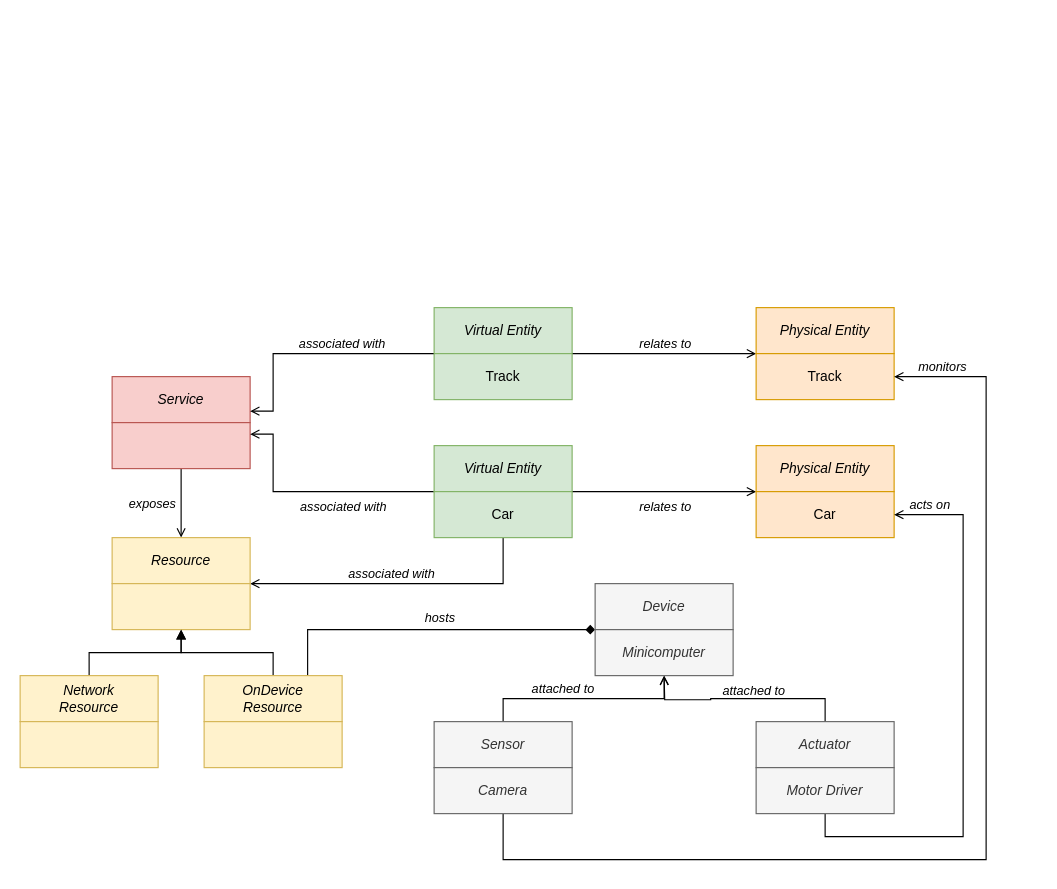
Before: editable_diagrams/Step3.drawio in reshma58/IOT_ProjectReport, a draw.io diagram. Source tidied: cells renumbered, new cells numbered last; positions are measured from the earlier drawing's top-left corner, leaving out a move shared by most shapes. Both pictures are drawn from the tidied source at 115%, with x=0, y=0 at pixel (20, 307).
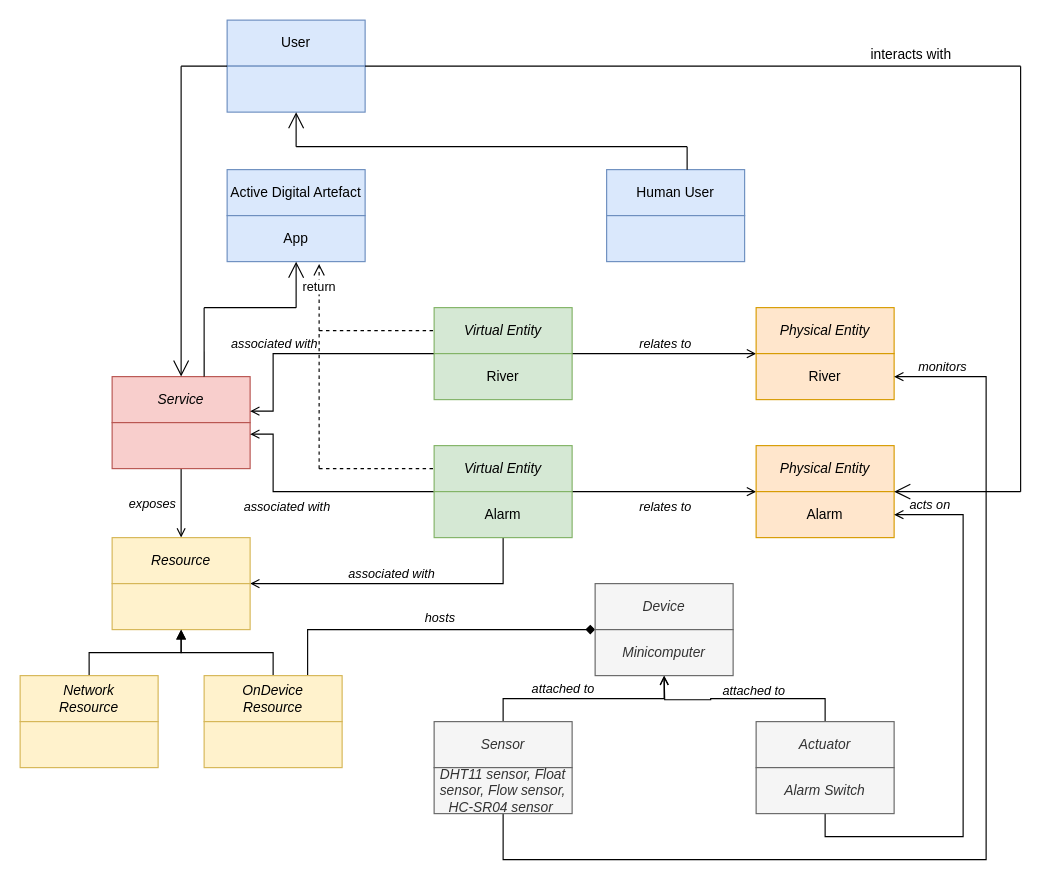
After the change.

The change refers to these unchanged cells:
```xml
<mxCell id="2" value="Service" style="rounded=0;whiteSpace=wrap;html=1;fontStyle=2;fillColor=#f8cecc;strokeColor=#b85450;" parent="1" vertex="1">
  <mxGeometry x="80" y="60" width="120" height="40" as="geometry" />
</mxCell>
<mxCell id="6" value="Virtual Entity" style="rounded=0;whiteSpace=wrap;html=1;fontStyle=2;fillColor=#d5e8d4;strokeColor=#82b366;" parent="1" vertex="1">
  <mxGeometry x="360" width="120" height="40" as="geometry" />
</mxCell>
<mxCell id="9" style="edgeStyle=orthogonalEdgeStyle;rounded=0;jettySize=auto;html=1;exitX=0;exitY=0;exitDx=0;exitDy=0;entryX=1;entryY=0.75;entryDx=0;entryDy=0;endArrow=open;endFill=0;" parent="1" edge="1" source="11" target="2">
  <mxGeometry relative="1" as="geometry">
    <Array as="points">
      <mxPoint x="220" y="40" />
      <mxPoint x="220" y="90" />
    </Array>
  </mxGeometry>
</mxCell>
<mxCell id="12" style="edgeStyle=orthogonalEdgeStyle;rounded=0;jettySize=auto;html=1;exitX=0;exitY=1;exitDx=0;exitDy=0;entryX=1;entryY=0.25;entryDx=0;entryDy=0;endArrow=open;endFill=0;" parent="1" edge="1" source="14" target="5">
  <mxGeometry relative="1" as="geometry">
    <Array as="points">
      <mxPoint x="220" y="160" />
      <mxPoint x="220" y="110" />
    </Array>
  </mxGeometry>
</mxCell>
<mxCell id="14" value="Virtual Entity" style="rounded=0;whiteSpace=wrap;html=1;fontStyle=2;fillColor=#d5e8d4;strokeColor=#82b366;" parent="1" vertex="1">
  <mxGeometry x="360" y="120" width="120" height="40" as="geometry" />
</mxCell>
```

Diff of the diagram source:
```diff
@@
     <mxCell id="10" value="associated with" style="edgeLabel;html=1;align=center;verticalAlign=bottom;labelPosition=center;verticalLabelPosition=top;fontStyle=2;labelBackgroundColor=none;" parent="9" vertex="1">
       <mxGeometry x="-0.17" y="2" relative="1" as="geometry">
-        <mxPoint x="6.9" y="-2" as="offset" />
+        <mxPoint x="-53" y="-2" as="offset" />
       </mxGeometry>
     </mxCell>
-    <mxCell id="11" value="Track" style="rounded=0;whiteSpace=wrap;html=1;fontStyle=0;fillColor=#d5e8d4;strokeColor=#82b366;" parent="1" vertex="1">
+    <mxCell id="11" value="River" style="rounded=0;whiteSpace=wrap;html=1;fontStyle=0;fillColor=#d5e8d4;strokeColor=#82b366;" parent="1" vertex="1">
       <mxGeometry x="360" y="40" width="120" height="40" as="geometry" />
     </mxCell>
@@
     <mxCell id="13" value="associated with" style="edgeLabel;html=1;align=center;verticalAlign=top;labelPosition=center;verticalLabelPosition=bottom;fontStyle=2;labelBackgroundColor=none;" parent="12" vertex="1">
       <mxGeometry x="-0.11" y="1" relative="1" as="geometry">
-        <mxPoint x="13.8" y="-1" as="offset" />
+        <mxPoint x="-36" y="-1" as="offset" />
       </mxGeometry>
     </mxCell>
@@
-    <mxCell id="19" value="Car" style="rounded=0;whiteSpace=wrap;html=1;fontStyle=0;fillColor=#d5e8d4;strokeColor=#82b366;" parent="1" vertex="1">
+    <mxCell id="19" value="Alarm" style="rounded=0;whiteSpace=wrap;html=1;fontStyle=0;fillColor=#d5e8d4;strokeColor=#82b366;" parent="1" vertex="1">
       <mxGeometry x="360" y="160" width="120" height="40" as="geometry" />
     </mxCell>
@@
-    <mxCell id="21" value="Track" style="rounded=0;whiteSpace=wrap;html=1;fontStyle=0;fillColor=#ffe6cc;strokeColor=#d79b00;" parent="1" vertex="1">
+    <mxCell id="21" value="River" style="rounded=0;whiteSpace=wrap;html=1;fontStyle=0;fillColor=#ffe6cc;strokeColor=#d79b00;" parent="1" vertex="1">
       <mxGeometry x="640" y="40" width="120" height="40" as="geometry" />
     </mxCell>
@@
-    <mxCell id="23" value="Car" style="rounded=0;whiteSpace=wrap;html=1;fontStyle=0;fillColor=#ffe6cc;strokeColor=#d79b00;" parent="1" vertex="1">
+    <mxCell id="23" value="Alarm" style="rounded=0;whiteSpace=wrap;html=1;fontStyle=0;fillColor=#ffe6cc;strokeColor=#d79b00;" parent="1" vertex="1">
       <mxGeometry x="640" y="160" width="120" height="40" as="geometry" />
     </mxCell>
@@
-    <mxCell id="39" value="Motor Driver" style="rounded=0;whiteSpace=wrap;html=1;fontStyle=2;fillColor=#f5f5f5;strokeColor=#666666;fontColor=#333333;" parent="1" vertex="1">
+    <mxCell id="39" value="Alarm Switch" style="rounded=0;whiteSpace=wrap;html=1;fontStyle=2;fillColor=#f5f5f5;strokeColor=#666666;fontColor=#333333;" parent="1" vertex="1">
       <mxGeometry x="640" y="400" width="120" height="40" as="geometry" />
     </mxCell>
@@
-    <mxCell id="45" value="Camera" style="rounded=0;whiteSpace=wrap;html=1;fontStyle=2;fillColor=#f5f5f5;strokeColor=#666666;fontColor=#333333;" parent="1" vertex="1">
+    <mxCell id="45" value="DHT11 sensor, Float sensor, Flow sensor, HC-SR04 sensor&amp;nbsp;&lt;br&gt;" style="rounded=0;whiteSpace=wrap;html=1;fontStyle=2;fillColor=#f5f5f5;strokeColor=#666666;fontColor=#333333;" parent="1" vertex="1">
       <mxGeometry x="360" y="400" width="120" height="40" as="geometry" />
     </mxCell>
@@
+    <mxCell id="48" value="Active Digital Artefact" style="rounded=0;whiteSpace=wrap;html=1;fillColor=#dae8fc;strokeColor=#6c8ebf;" parent="1" vertex="1">
+      <mxGeometry x="180" y="-120" width="120" height="40" as="geometry" />
+    </mxCell>
+    <mxCell id="49" value="App" style="rounded=0;whiteSpace=wrap;html=1;fillColor=#dae8fc;strokeColor=#6c8ebf;" parent="1" vertex="1">
+      <mxGeometry x="180" y="-80" width="120" height="40" as="geometry" />
+    </mxCell>
+    <mxCell id="50" value="User" style="rounded=0;whiteSpace=wrap;html=1;fillColor=#dae8fc;strokeColor=#6c8ebf;" parent="1" vertex="1">
+      <mxGeometry x="180" y="-250" width="120" height="40" as="geometry" />
+    </mxCell>
+    <mxCell id="51" style="rounded=0;whiteSpace=wrap;html=1;fillColor=#dae8fc;strokeColor=#6c8ebf;" parent="1" vertex="1">
+      <mxGeometry x="180" y="-210" width="120" height="40" as="geometry" />
+    </mxCell>
+    <mxCell id="52" value="Human User" style="rounded=0;whiteSpace=wrap;html=1;fillColor=#dae8fc;strokeColor=#6c8ebf;" parent="1" vertex="1">
+      <mxGeometry x="510" y="-120" width="120" height="40" as="geometry" />
+    </mxCell>
+    <mxCell id="53" style="rounded=0;whiteSpace=wrap;html=1;fillColor=#dae8fc;strokeColor=#6c8ebf;" parent="1" vertex="1">
+      <mxGeometry x="510" y="-80" width="120" height="40" as="geometry" />
+    </mxCell>
+    <mxCell id="54" style="endArrow=none;html=1;" parent="1" edge="1">
+      <mxGeometry relative="1" as="geometry">
+        <mxPoint x="240" y="-140" as="sourcePoint" />
+        <mxPoint x="580" y="-140" as="targetPoint" />
+      </mxGeometry>
+    </mxCell>
+    <mxCell id="55" style="endArrow=none;html=1;" parent="1" edge="1">
+      <mxGeometry relative="1" as="geometry">
+        <mxPoint x="580" y="-120" as="sourcePoint" />
+        <mxPoint x="580" y="-140" as="targetPoint" />
+      </mxGeometry>
+    </mxCell>
+    <mxCell id="56" style="endArrow=none;html=1;exitX=0.667;exitY=0;exitDx=0;exitDy=0;exitPerimeter=0;" parent="1" edge="1" source="2">
+      <mxGeometry relative="1" as="geometry">
+        <mxPoint x="160" as="targetPoint" />
+      </mxGeometry>
+    </mxCell>
+    <mxCell id="57" style="endArrow=none;html=1;" parent="1" edge="1">
+      <mxGeometry relative="1" as="geometry">
+        <mxPoint x="160" as="sourcePoint" />
+        <mxPoint x="240" as="targetPoint" />
+      </mxGeometry>
+    </mxCell>
+    <mxCell id="58" value="return" style="html=1;verticalAlign=bottom;endArrow=open;dashed=1;endSize=8;" parent="1" edge="1">
+      <mxGeometry relative="1" as="geometry">
+        <mxPoint x="260" y="20" as="sourcePoint" />
+        <mxPoint x="260" y="-38" as="targetPoint" />
+      </mxGeometry>
+    </mxCell>
+    <mxCell id="59" style="endArrow=none;dashed=1;html=1;entryX=0;entryY=0.5;entryDx=0;entryDy=0;" parent="1" edge="1" target="6">
+      <mxGeometry relative="1" as="geometry">
+        <mxPoint x="260" y="20" as="sourcePoint" />
+      </mxGeometry>
+    </mxCell>
+    <mxCell id="60" style="endArrow=none;dashed=1;html=1;entryX=0;entryY=0.5;entryDx=0;entryDy=0;" parent="1" edge="1" target="14">
+      <mxGeometry relative="1" as="geometry">
+        <mxPoint x="260" y="140" as="sourcePoint" />
+      </mxGeometry>
+    </mxCell>
+    <mxCell id="61" style="endArrow=none;dashed=1;html=1;" parent="1" edge="1">
+      <mxGeometry relative="1" as="geometry">
+        <mxPoint x="260" y="140" as="sourcePoint" />
+        <mxPoint x="260" y="20" as="targetPoint" />
+      </mxGeometry>
+    </mxCell>
+    <mxCell id="62" style="endArrow=none;html=1;entryX=0;entryY=0;entryDx=0;entryDy=0;" parent="1" edge="1" target="51">
+      <mxGeometry relative="1" as="geometry">
+        <mxPoint x="140" y="-210" as="sourcePoint" />
+      </mxGeometry>
+    </mxCell>
+    <mxCell id="63" style="endArrow=none;html=1;" parent="1" edge="1">
+      <mxGeometry relative="1" as="geometry">
+        <mxPoint x="870" y="-210" as="sourcePoint" />
+        <mxPoint x="870" y="160" as="targetPoint" />
+      </mxGeometry>
+    </mxCell>
+    <mxCell id="64" style="endArrow=none;html=1;exitX=1;exitY=0;exitDx=0;exitDy=0;" parent="1" edge="1" source="51">
+      <mxGeometry relative="1" as="geometry">
+        <mxPoint x="870" y="-210" as="targetPoint" />
+      </mxGeometry>
+    </mxCell>
+    <mxCell id="65" value="interacts with" style="text;html=1;strokeColor=none;fillColor=none;align=center;verticalAlign=middle;whiteSpace=wrap;rounded=0;" parent="1" vertex="1">
+      <mxGeometry x="730" y="-230" width="90" height="20" as="geometry" />
+    </mxCell>
+    <mxCell id="66" style="endArrow=open;endFill=1;endSize=12;html=1;entryX=0.5;entryY=0;entryDx=0;entryDy=0;" parent="1" edge="1" target="2">
+      <mxGeometry relative="1" as="geometry">
+        <mxPoint x="140" y="-210" as="sourcePoint" />
+      </mxGeometry>
+    </mxCell>
+    <mxCell id="67" style="endArrow=open;endFill=1;endSize=12;html=1;" parent="1" edge="1">
+      <mxGeometry relative="1" as="geometry">
+        <mxPoint x="240" as="sourcePoint" />
+        <mxPoint x="240" y="-40" as="targetPoint" />
+      </mxGeometry>
+    </mxCell>
+    <mxCell id="68" style="endArrow=open;endFill=1;endSize=12;html=1;entryX=0.5;entryY=1;entryDx=0;entryDy=0;" parent="1" edge="1" target="51">
+      <mxGeometry relative="1" as="geometry">
+        <mxPoint x="240" y="-140" as="sourcePoint" />
+      </mxGeometry>
+    </mxCell>
+    <mxCell id="69" style="endArrow=open;endFill=1;endSize=12;html=1;entryX=1;entryY=0;entryDx=0;entryDy=0;" parent="1" edge="1" target="23">
+      <mxGeometry relative="1" as="geometry">
+        <mxPoint x="870" y="160" as="sourcePoint" />
+      </mxGeometry>
+    </mxCell>
```
